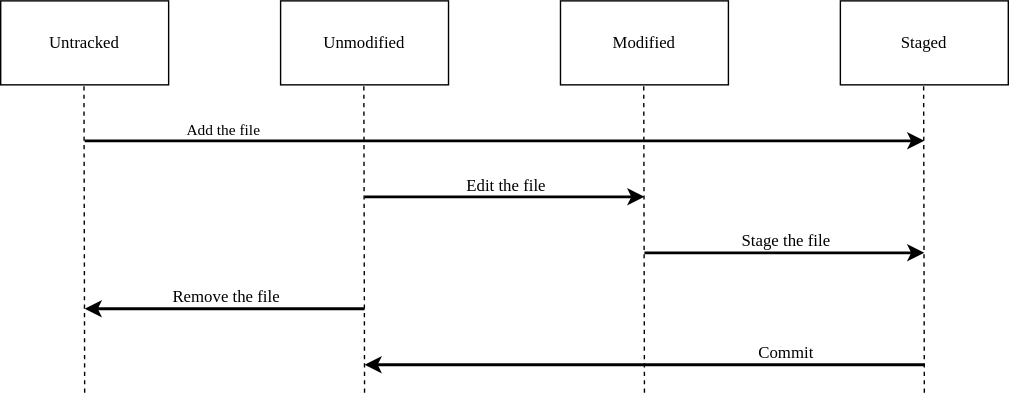
thomas-rasmussen/git-tutorial keeps this draw.io diagram as docs/diagrams/states-of-files.drawio.svg. Above is the earlier version. Source tidied: cells renumbered, new cells last; positions are measured from the earlier drawing's top-left corner, leaving out a move shared by most shapes.
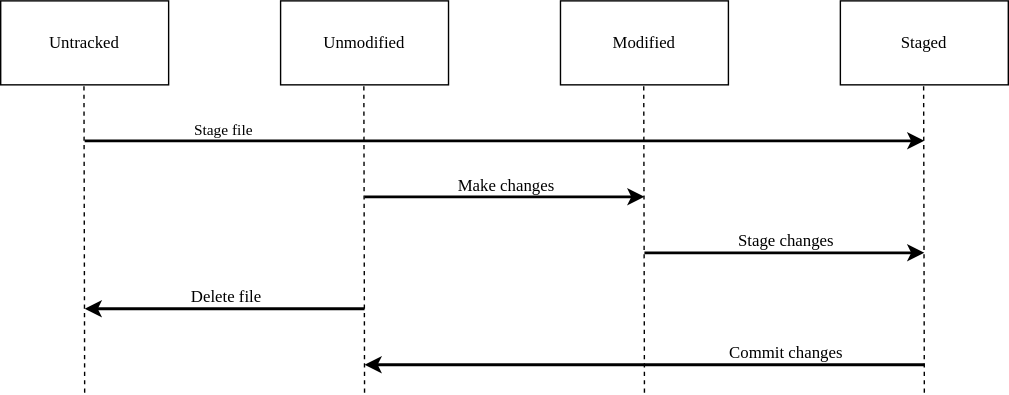
Above is the later version.

Change to the diagram source:
```diff
@@ -44,7 +44,7 @@
         <mxPoint x="660" y="100" as="targetPoint" />
       </mxGeometry>
     </mxCell>
-    <mxCell id="11" value="Add the file" style="edgeLabel;html=1;align=center;verticalAlign=bottom;rotation=0;fontFamily=Lucida Console;" parent="10" vertex="1">
+    <mxCell id="11" value="Stage file" style="edgeLabel;html=1;align=center;verticalAlign=bottom;rotation=0;fontFamily=Lucida Console;" parent="10" vertex="1">
       <mxGeometry x="-0.54" relative="1" as="geometry">
         <mxPoint x="-40" as="offset" />
       </mxGeometry>
@@ -55,7 +55,7 @@
         <mxPoint x="460" y="140" as="targetPoint" />
       </mxGeometry>
     </mxCell>
-    <mxCell id="13" value="Edit the file" style="edgeLabel;html=1;align=center;verticalAlign=bottom;rotation=0;fontSize=12;fontFamily=Lucida Console;" parent="12" vertex="1">
+    <mxCell id="13" value="Make changes" style="edgeLabel;html=1;align=center;verticalAlign=bottom;rotation=0;fontSize=12;fontFamily=Lucida Console;" parent="12" vertex="1">
       <mxGeometry x="-0.5" relative="1" as="geometry">
         <mxPoint x="50" as="offset" />
       </mxGeometry>
@@ -66,7 +66,7 @@
         <mxPoint x="660" y="180" as="targetPoint" />
       </mxGeometry>
     </mxCell>
-    <mxCell id="15" value="Stage the file" style="edgeLabel;html=1;align=center;verticalAlign=bottom;rotation=0;fontSize=12;fontFamily=Lucida Console;" parent="14" vertex="1">
+    <mxCell id="15" value="Stage changes" style="edgeLabel;html=1;align=center;verticalAlign=bottom;rotation=0;fontSize=12;fontFamily=Lucida Console;" parent="14" vertex="1">
       <mxGeometry x="-0.5" relative="1" as="geometry">
         <mxPoint x="50" as="offset" />
       </mxGeometry>
@@ -77,7 +77,7 @@
         <mxPoint x="60" y="220" as="targetPoint" />
       </mxGeometry>
     </mxCell>
-    <mxCell id="17" value="Remove the file" style="edgeLabel;html=1;align=center;verticalAlign=bottom;rotation=0;fontSize=12;fontFamily=Lucida Console;" parent="16" vertex="1">
+    <mxCell id="17" value="Delete file" style="edgeLabel;html=1;align=center;verticalAlign=bottom;rotation=0;fontSize=12;fontFamily=Lucida Console;" parent="16" vertex="1">
       <mxGeometry x="0.5" relative="1" as="geometry">
         <mxPoint x="50" as="offset" />
       </mxGeometry>
@@ -88,7 +88,7 @@
         <mxPoint x="260" y="260" as="targetPoint" />
       </mxGeometry>
     </mxCell>
-    <mxCell id="19" value="Commit" style="edgeLabel;html=1;align=center;verticalAlign=bottom;rotation=0;fontSize=12;fontFamily=Lucida Console;" parent="18" vertex="1">
+    <mxCell id="19" value="Commit changes" style="edgeLabel;html=1;align=center;verticalAlign=bottom;rotation=0;fontSize=12;fontFamily=Lucida Console;" parent="18" vertex="1">
       <mxGeometry x="0.5" relative="1" as="geometry">
         <mxPoint x="200" as="offset" />
       </mxGeometry>
```
